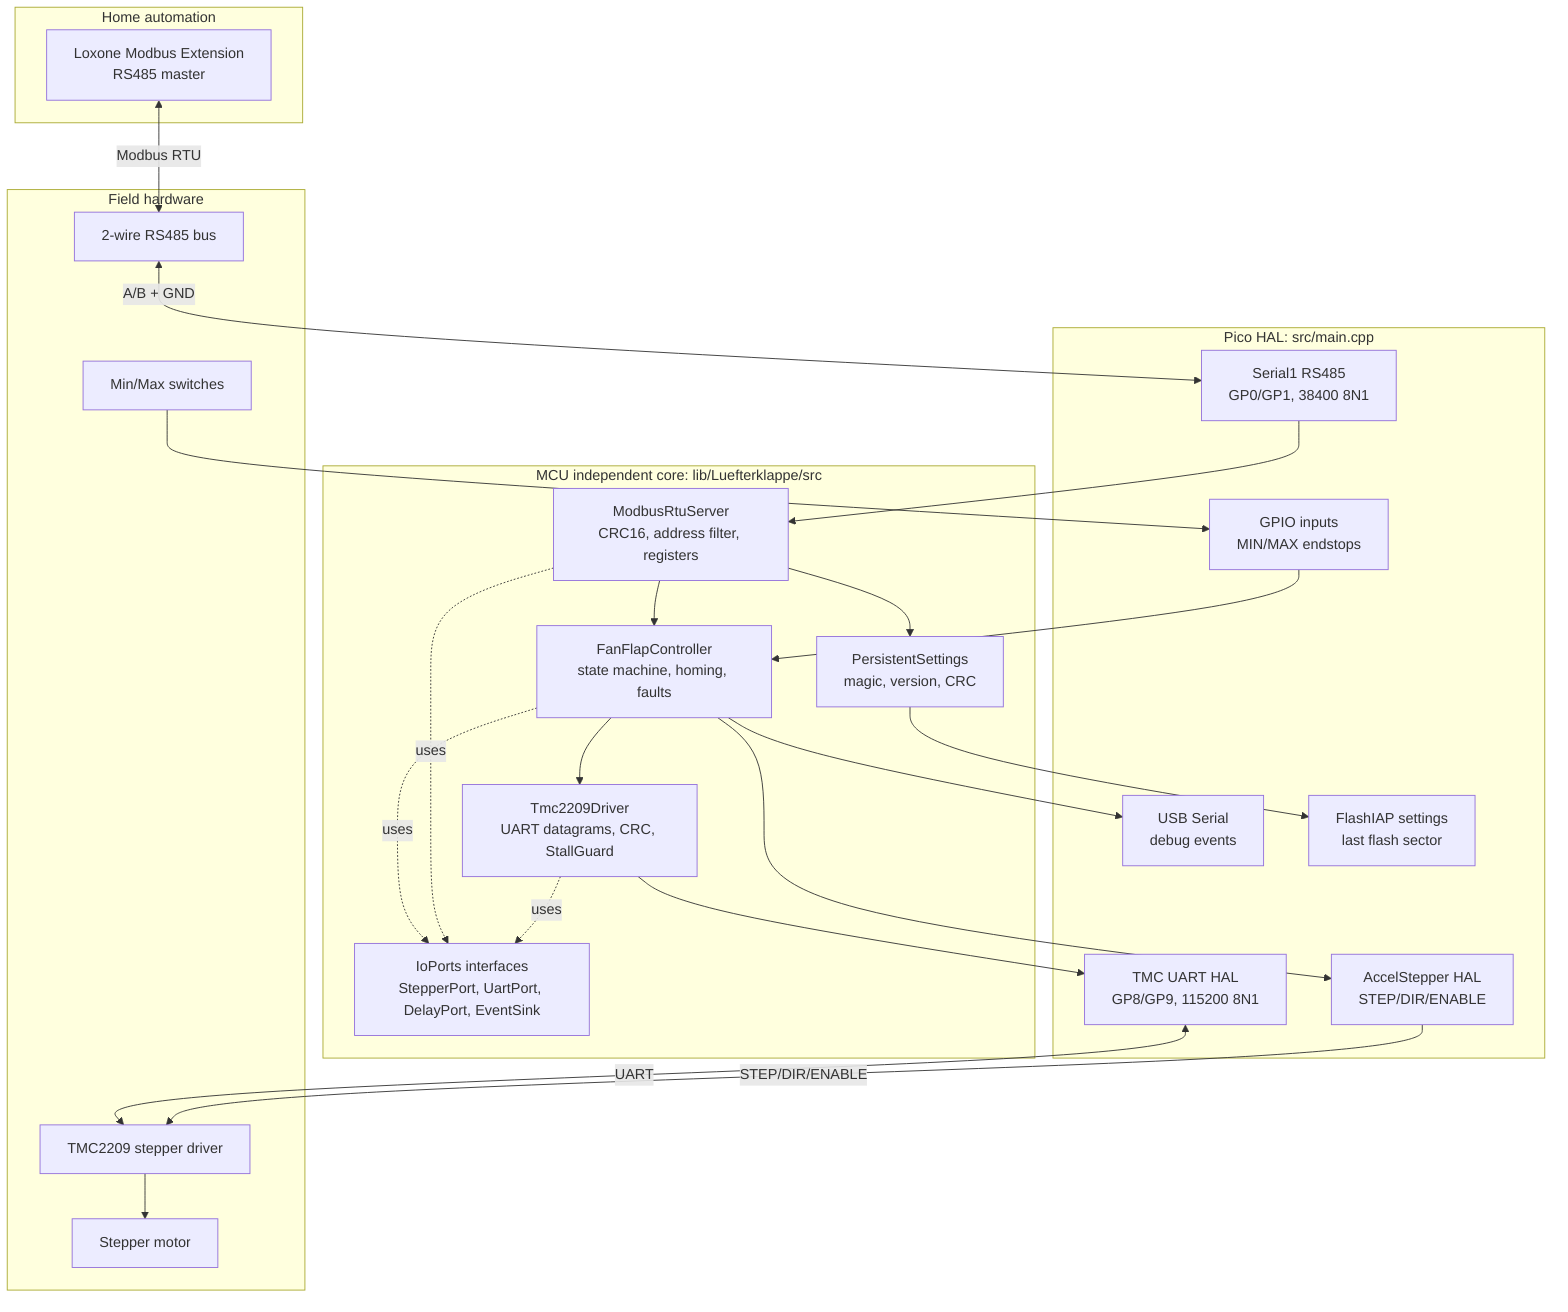
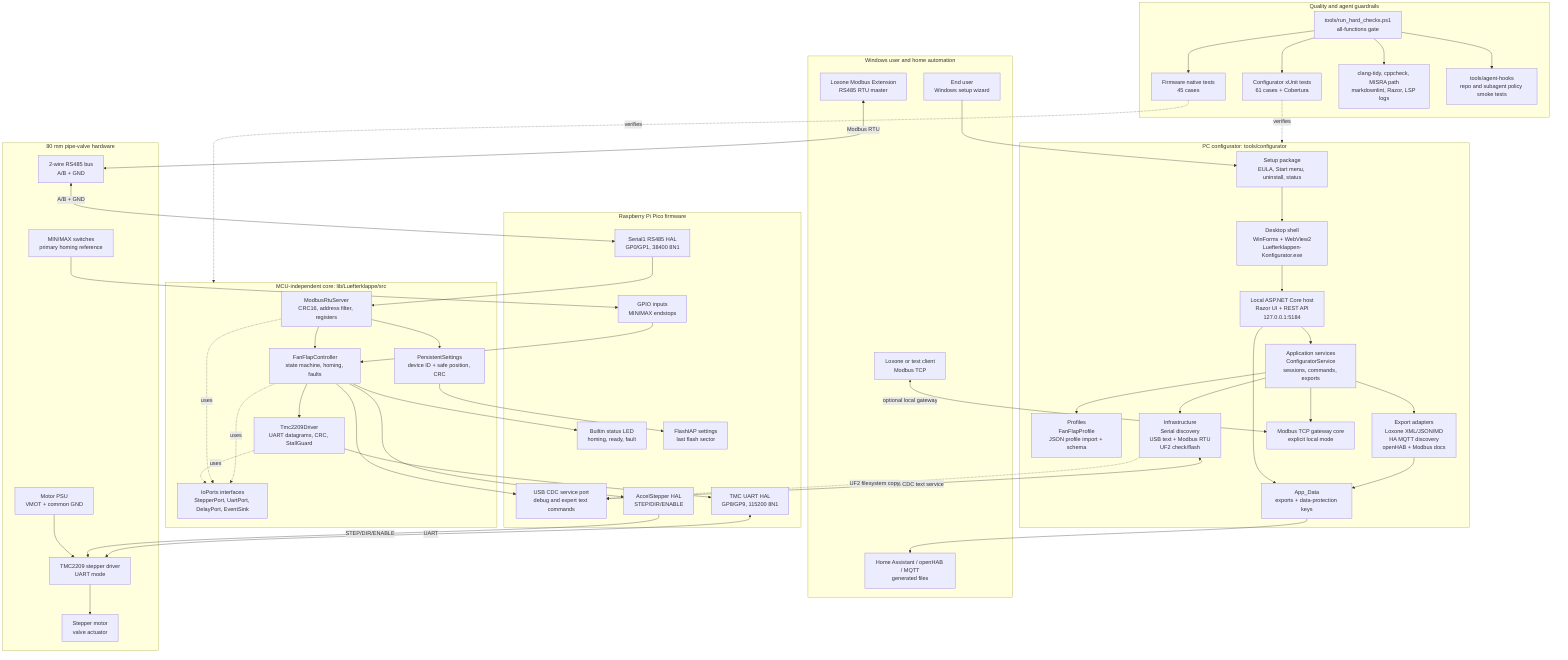
flowchart TB
-   subgraph Home["Home automation"]
-     Loxone["Loxone Modbus Extension<br/>RS485 master"]
+   subgraph Home["Windows user and home automation"]
+     User["End user<br/>Windows setup wizard"]
+     LoxoneRtu["Loxone Modbus Extension<br/>RS485 RTU master"]
+     LoxoneTcp["Loxone or test client<br/>Modbus TCP"]
+     HomeExports["Home Assistant / openHAB / MQTT<br/>generated files"]
  end

-   subgraph PicoHal["Pico HAL: src/main.cpp"]
-     Usb["USB Serial<br/>debug events"]
-     Rs485Hal["Serial1 RS485<br/>GP0/GP1, 38400 8N1"]
+   subgraph Configurator["PC configurator: tools/configurator"]
+     Installer["Setup package<br/>EULA, Start menu, uninstall, status"]
+     Desktop["Desktop shell<br/>WinForms + WebView2<br/>Luefterklappen-Konfigurator.exe"]
+     Host["Local ASP.NET Core host<br/>Razor UI + REST API<br/>127.0.0.1:5184"]
+     App["Application services<br/>ConfiguratorService<br/>sessions, commands, exports"]
+     Profiles["Profiles<br/>FanFlapProfile<br/>JSON profile import + schema"]
+     Adapters["Export adapters<br/>Loxone XML/JSON/MD<br/>HA MQTT discovery<br/>openHAB + Modbus docs"]
+     Infra["Infrastructure<br/>Serial discovery<br/>USB text + Modbus RTU<br/>UF2 check/flash"]
+     TcpGateway["Modbus TCP gateway core<br/>explicit local mode"]
+     AppData["App_Data<br/>exports + data-protection keys"]
+   end
+ 
+   subgraph Firmware["Raspberry Pi Pico firmware"]
+     Usb["USB CDC service port<br/>debug and expert text commands"]
+     Rs485Hal["Serial1 RS485 HAL<br/>GP0/GP1, 38400 8N1"]
    TmcHal["TMC UART HAL<br/>GP8/GP9, 115200 8N1"]
    StepperHal["AccelStepper HAL<br/>STEP/DIR/ENABLE"]
    InputHal["GPIO inputs<br/>MIN/MAX endstops"]
+     LedHal["Builtin status LED<br/>homing, ready, fault"]
    FlashHal["FlashIAP settings<br/>last flash sector"]
  end

-   subgraph Core["MCU independent core: lib/Luefterklappe/src"]
+   subgraph Core["MCU-independent core: lib/Luefterklappe/src"]
+     Controller["FanFlapController<br/>state machine, homing, faults"]
    Modbus["ModbusRtuServer<br/>CRC16, address filter, registers"]
-     Controller["FanFlapController<br/>state machine, homing, faults"]
    Tmc["Tmc2209Driver<br/>UART datagrams, CRC, StallGuard"]
-     Settings["PersistentSettings<br/>magic, version, CRC"]
+     Settings["PersistentSettings<br/>device ID + safe position, CRC"]
    Ports["IoPorts interfaces<br/>StepperPort, UartPort, DelayPort, EventSink"]
  end

-   subgraph Hardware["Field hardware"]
-     Driver["TMC2209 stepper driver"]
-     Motor["Stepper motor"]
-     MinMax["Min/Max switches"]
-     Rs485Bus["2-wire RS485 bus"]
+   subgraph Hardware["80 mm pipe-valve hardware"]
+     Rs485Bus["2-wire RS485 bus<br/>A/B + GND"]
+     Driver["TMC2209 stepper driver<br/>UART mode"]
+     Motor["Stepper motor<br/>valve actuator"]
+     MinMax["MIN/MAX switches<br/>primary homing reference"]
+     Psu["Motor PSU<br/>VMOT + common GND"]
  end

-   Loxone <-->|"Modbus RTU"| Rs485Bus
+   subgraph Quality["Quality and agent guardrails"]
+     HardGate["tools/run_hard_checks.ps1<br/>all-functions gate"]
+     FirmwareTests["Firmware native tests<br/>45 cases"]
+     ConfigTests["Configurator xUnit tests<br/>61 cases + Cobertura"]
+     StaticChecks["clang-tidy, cppcheck, MISRA path<br/>markdownlint, Razor, LSP logs"]
+     AgentHooks["tools/agent-hooks<br/>repo and subagent policy smoke tests"]
+   end
+ 
+   User --> Installer
+   Installer --> Desktop
+   Desktop --> Host
+   Host --> App
+   App --> Profiles
+   App --> Adapters
+   App --> Infra
+   App --> TcpGateway
+   Adapters --> AppData
+   Host --> AppData
+   AppData --> HomeExports
+   LoxoneTcp <-->|"optional local gateway"| TcpGateway
+   Infra <-->|"USB CDC text service"| Usb
+   Infra -. "UF2 filesystem copy" .-> Usb
+ 
+   LoxoneRtu <-->|"Modbus RTU"| Rs485Bus
  Rs485Bus <-->|"A/B + GND"| Rs485Hal
  Rs485Hal --> Modbus
  Modbus --> Controller
  Modbus --> Settings
  Settings --> FlashHal
  Controller --> StepperHal
  Controller --> Tmc
+   Controller --> LedHal
  Tmc --> TmcHal
  TmcHal <-->|"UART"| Driver
  StepperHal -->|"STEP/DIR/ENABLE"| Driver
  Driver --> Motor
+   Psu --> Driver
  MinMax --> InputHal
  InputHal --> Controller
  Controller --> Usb
  Controller -. uses .-> Ports
  Modbus -. uses .-> Ports
  Tmc -. uses .-> Ports
+ 
+   HardGate --> FirmwareTests
+   HardGate --> ConfigTests
+   HardGate --> StaticChecks
+   HardGate --> AgentHooks
+   FirmwareTests -. verifies .-> Core
+   ConfigTests -. verifies .-> Configurator
